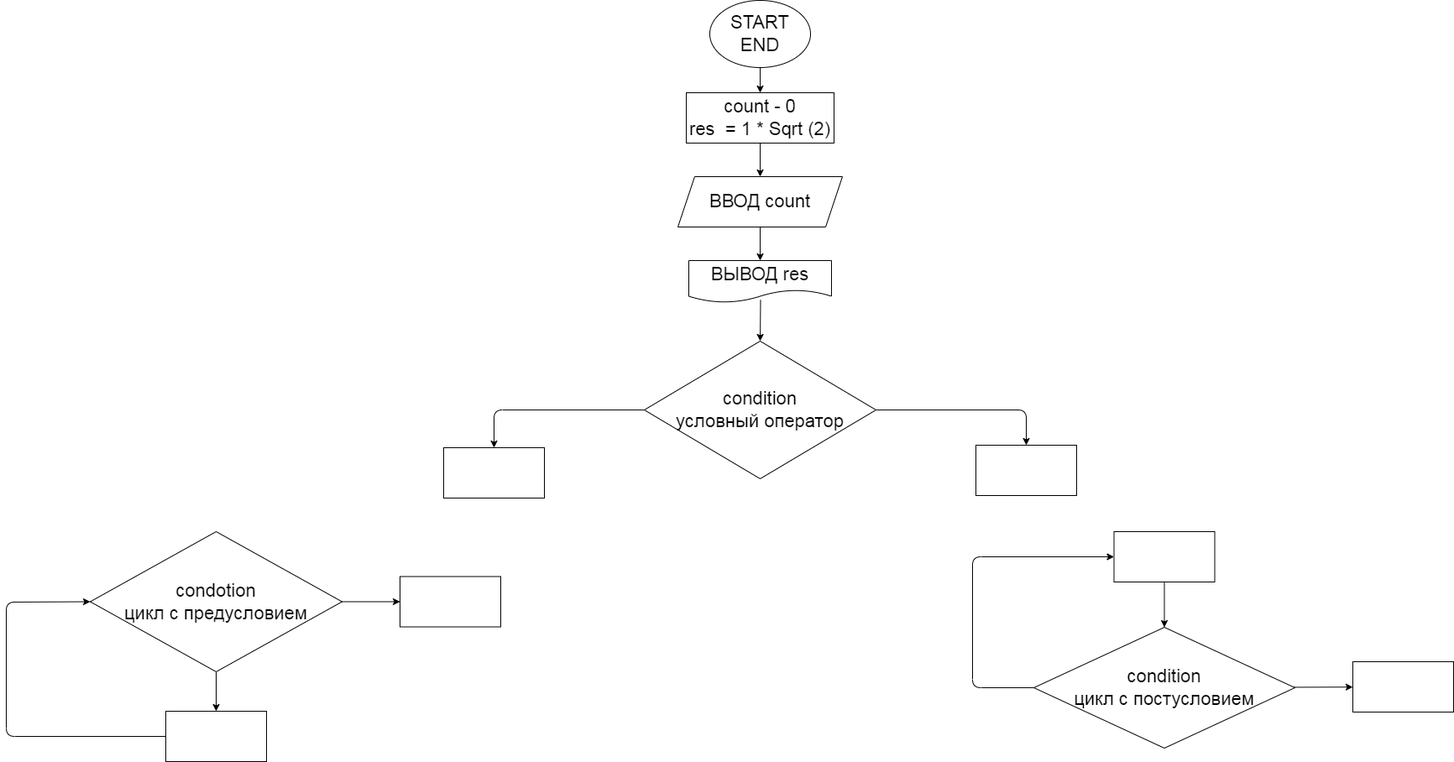
Above: ex00.drawio.png in SerPozniakevich/practice_temp (draw.io), before the change. Source tidied: cells renumbered, new cells last; positions are measured from the earlier drawing's top-left corner, leaving out a move shared by most shapes.
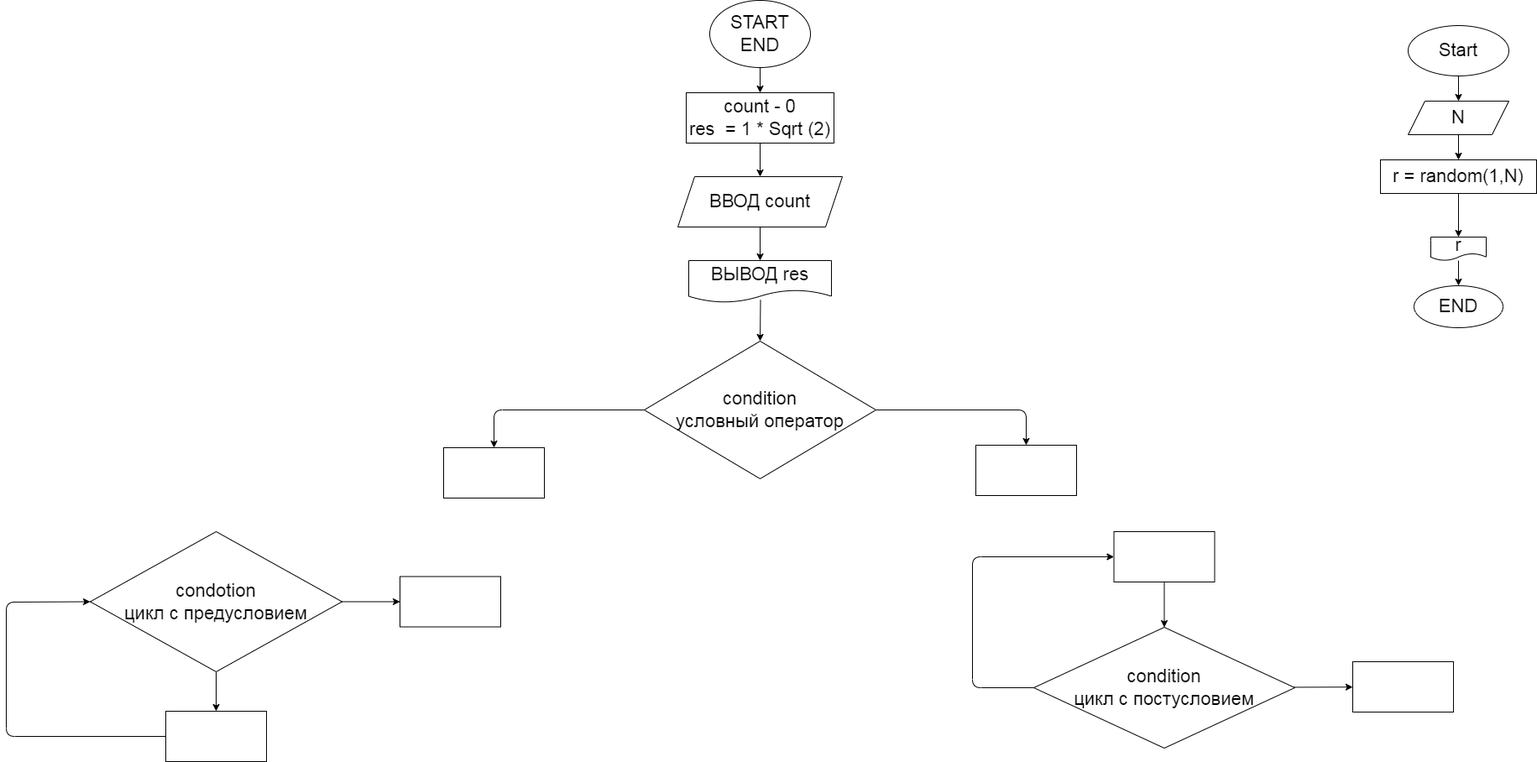
The same file after the commit.

Commit message:
Перенес в один лист блок-схему

Diff of the diagram source:
```diff
@@ -95,5 +95,32 @@
     <mxCell id="26" style="whiteSpace=wrap;html=1;fontSize=22;" parent="1" vertex="1">
       <mxGeometry x="1319.5" y="633" width="120" height="60" as="geometry" />
     </mxCell>
+    <mxCell id="27" style="edgeStyle=none;html=1;fontSize=22;" parent="1" edge="1" source="28" target="30">
+      <mxGeometry relative="1" as="geometry" />
+    </mxCell>
+    <mxCell id="28" value="Start" style="ellipse;whiteSpace=wrap;html=1;fontSize=22;" parent="1" vertex="1">
+      <mxGeometry x="1670" y="30" width="120" height="60" as="geometry" />
+    </mxCell>
+    <mxCell id="29" style="edgeStyle=none;html=1;fontSize=22;" parent="1" edge="1" source="30" target="32">
+      <mxGeometry relative="1" as="geometry" />
+    </mxCell>
+    <mxCell id="30" value="N" style="shape=parallelogram;perimeter=parallelogramPerimeter;whiteSpace=wrap;html=1;fixedSize=1;fontSize=22;" parent="1" vertex="1">
+      <mxGeometry x="1670" y="120" width="120" height="40" as="geometry" />
+    </mxCell>
+    <mxCell id="31" style="edgeStyle=none;html=1;fontSize=22;" parent="1" edge="1" source="32" target="34">
+      <mxGeometry relative="1" as="geometry" />
+    </mxCell>
+    <mxCell id="32" value="r = random(1,N)" style="whiteSpace=wrap;html=1;fontSize=22;" parent="1" vertex="1">
+      <mxGeometry x="1637" y="190" width="186" height="40" as="geometry" />
+    </mxCell>
+    <mxCell id="33" style="edgeStyle=none;html=1;fontSize=22;" parent="1" edge="1" source="34" target="35">
+      <mxGeometry relative="1" as="geometry" />
+    </mxCell>
+    <mxCell id="34" value="r" style="shape=document;whiteSpace=wrap;html=1;boundedLbl=1;fontSize=22;" parent="1" vertex="1">
+      <mxGeometry x="1697" y="282" width="66" height="28" as="geometry" />
+    </mxCell>
+    <mxCell id="35" value="END" style="ellipse;whiteSpace=wrap;html=1;fontSize=22;" parent="1" vertex="1">
+      <mxGeometry x="1677" y="340" width="106" height="50" as="geometry" />
+    </mxCell>
   </root>
 </mxGraphModel>
```
